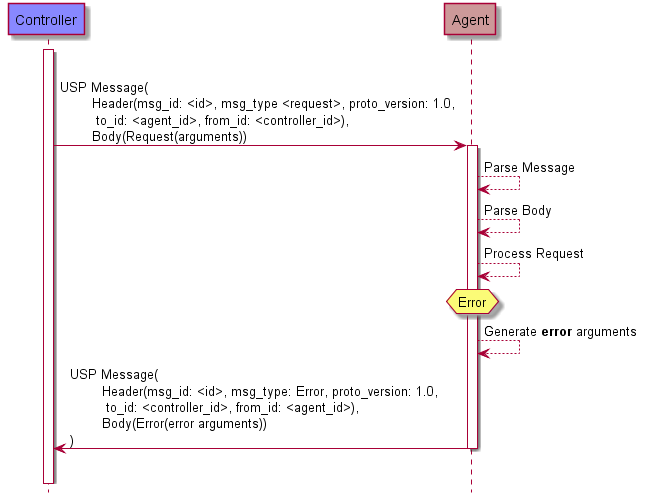
Earlier version of the PlantUML export specification/messages/error_response.png (BroadbandForum/usp).
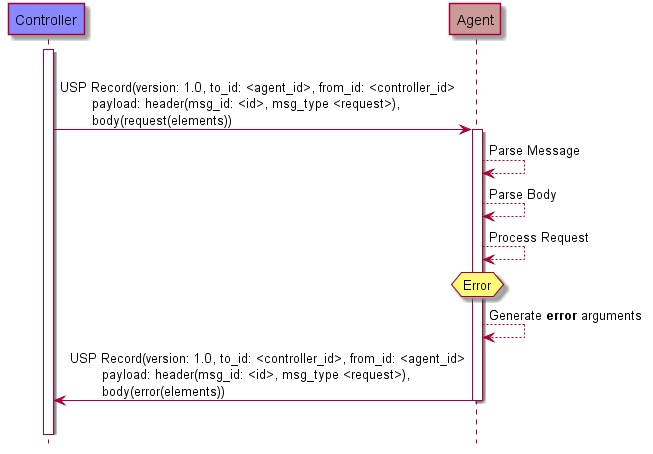
After the commit.

The edit, as a diff of the source:
```diff
@@ -1,22 +1,34 @@
 @startuml
+
 hide footbox
 
+
 participant "Controller" as C #8888FF
+
 participant "Agent" as A #cc9999
+
 
 activate C
 |||
 
-C -> A: USP Message(\n\tHeader(msg_id: <id>, msg_type <request>, proto_version: 1.0,\n\t to_id: <agent_id>, from_id: <controller_id>),\n\tBody(Request(arguments))
+C -> A: USP Record(version: 1.0, to_id: <agent_id>, from_id: <controller_id>\n\tpayload: header(msg_id: <id>, msg_type <request>),\n\tbody(request(elements))
+
 
 activate A
 A-->A: Parse Message
+
 A-->A: Parse Body
+
 A-->A: Process Request
+
 hnote over A : Error
+
 A-->A: Generate **error** arguments
 
-A->C: USP Message(\n\tHeader(msg_id: <id>, msg_type: Error, proto_version: 1.0,\n\t to_id: <controller_id>, from_id: <agent_id>),\n\tBody(Error(error arguments))\n)
+
+A->C: USP Record(version: 1.0, to_id: <controller_id>, from_id: <agent_id>\n\tpayload: header(msg_id: <id>, msg_type <request>),\n\tbody(error(elements))
+
 deactivate A
 |||
+
 @enduml
```
